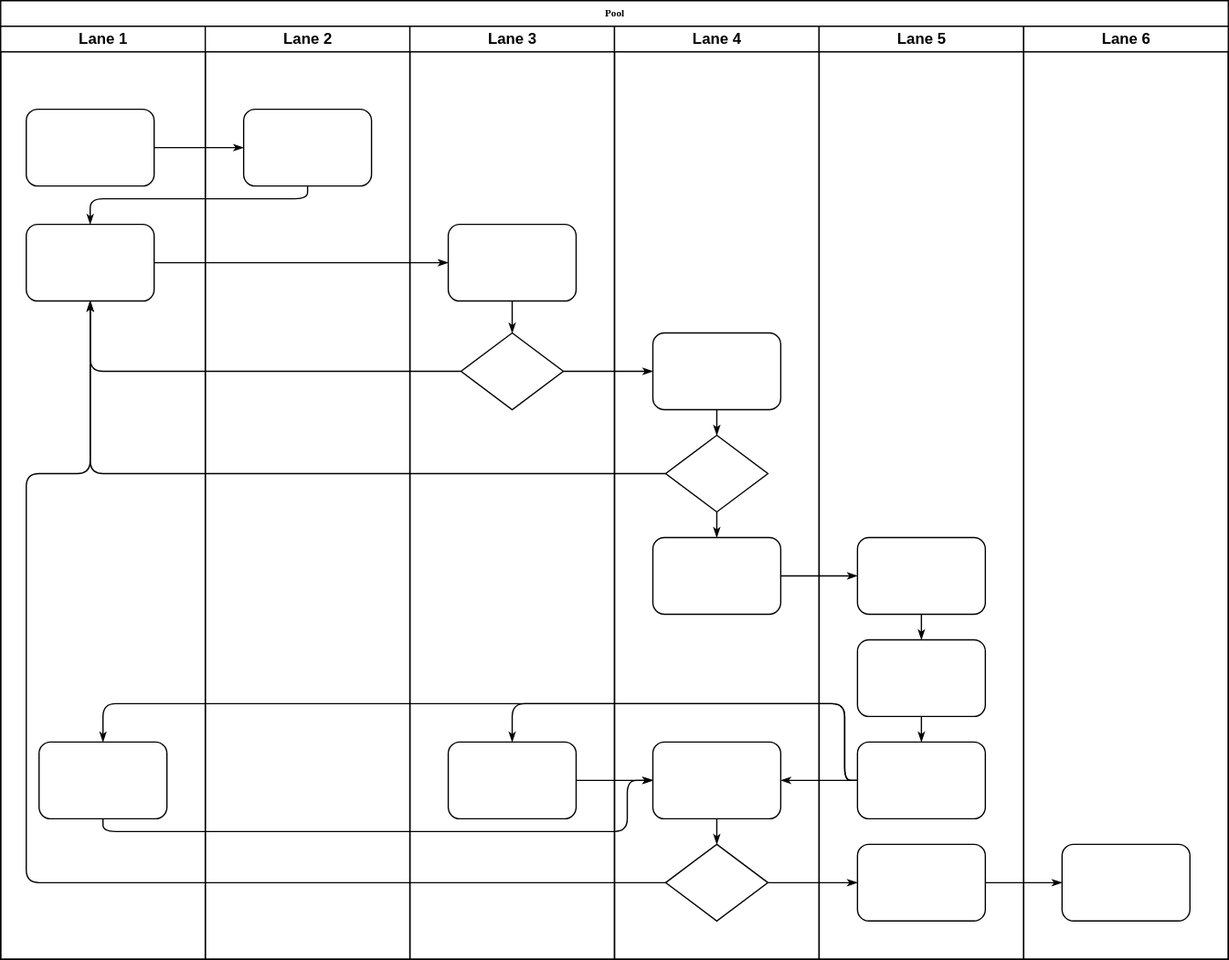
lawesen/lcgfzd keeps this draw.io diagram as 流程规范及制度.drawio.svg. Above is the earlier version. Source tidied: cells renumbered, new cells last; positions are measured from the earlier drawing's top-left corner, leaving out a move shared by most shapes.
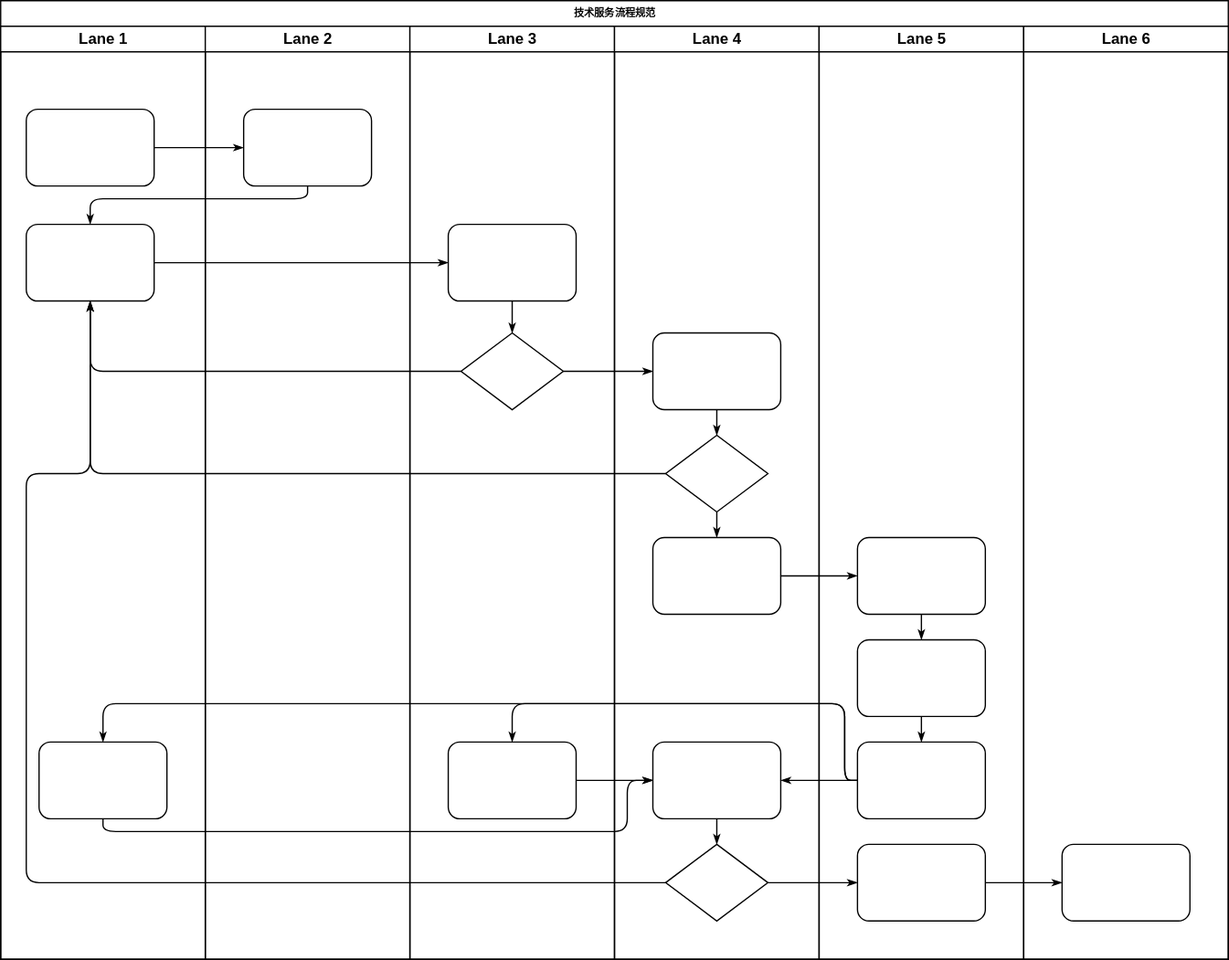
After the commit.

Commit message:
更新流程规范及制度.drawio.svg

Change to the diagram source:
```diff
@@ -2,7 +2,7 @@
   <root>
     <mxCell id="0" />
     <mxCell id="1" parent="0" />
-    <mxCell id="2" value="Pool" style="swimlane;html=1;startSize=20;rounded=0;shadow=0;labelBackgroundColor=none;strokeWidth=1;fontFamily=Verdana;fontSize=8;align=center;" parent="1" vertex="1">
+    <mxCell id="2" value="技术服务流程规范" style="swimlane;html=1;startSize=20;rounded=0;shadow=0;labelBackgroundColor=none;strokeWidth=1;fontFamily=Verdana;fontSize=8;align=center;" parent="1" vertex="1">
       <mxGeometry width="960" height="750" as="geometry" />
     </mxCell>
     <mxCell id="3" value="Lane 1" style="swimlane;html=1;startSize=20;" parent="2" vertex="1">
```
